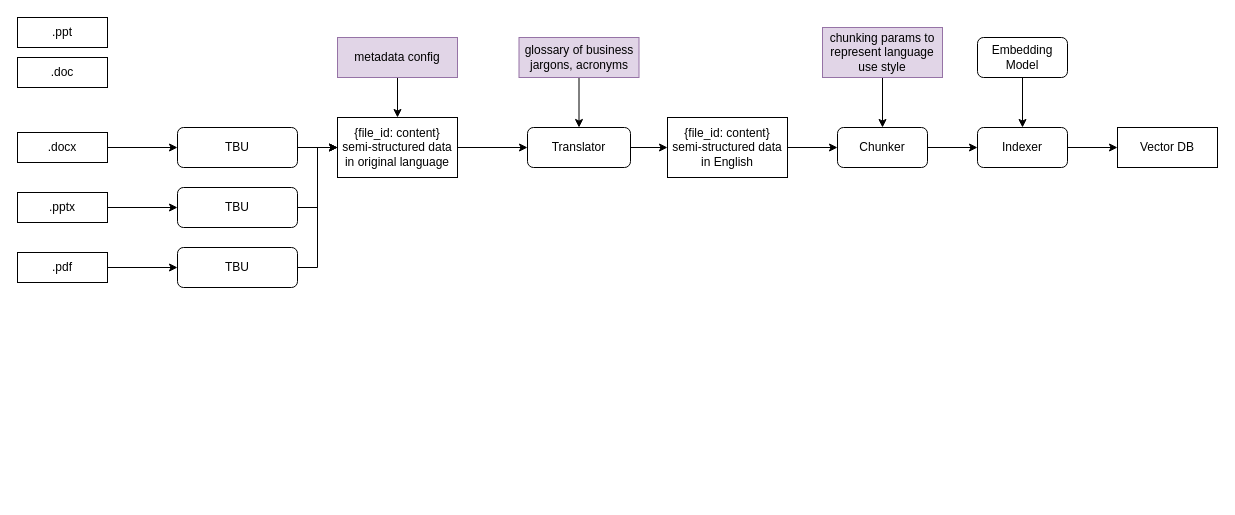
Earlier version of the draw.io diagram page "nea-safety-ie-classification" (1 of 3) of genai-classification.drawio (joshuavaple/draw-io). Source tidied: cells renumbered, new cells numbered last; positions are measured from the earlier drawing's top-left corner, leaving out a move shared by most shapes. Both pictures are drawn from the tidied source at 100%, with x=0, y=0 at pixel (17, 17).
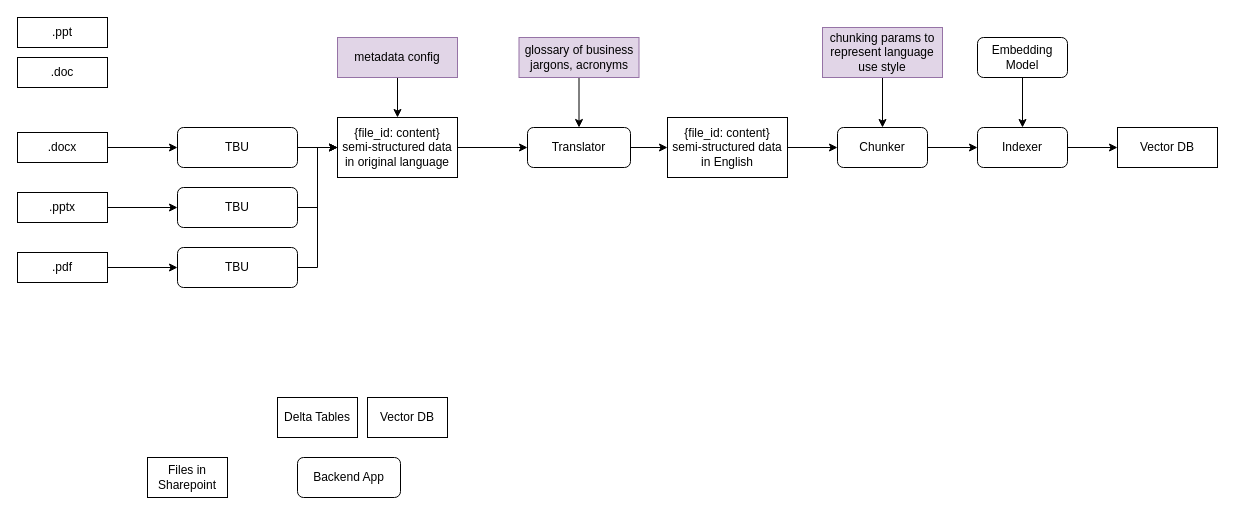
Above is the later version.

Change to the diagram source:
```diff
@@
+    <mxCell id="35" value="Files in Sharepoint" style="rounded=0;whiteSpace=wrap;html=1;" parent="1" vertex="1">
+      <mxGeometry x="130" y="440" width="80" height="40" as="geometry" />
+    </mxCell>
+    <mxCell id="36" value="Backend App" style="rounded=1;whiteSpace=wrap;html=1;" parent="1" vertex="1">
+      <mxGeometry x="280" y="440" width="103" height="40" as="geometry" />
+    </mxCell>
+    <mxCell id="37" value="Delta Tables" style="rounded=0;whiteSpace=wrap;html=1;" parent="1" vertex="1">
+      <mxGeometry x="260" y="380" width="80" height="40" as="geometry" />
+    </mxCell>
+    <mxCell id="38" value="Vector DB" style="rounded=0;whiteSpace=wrap;html=1;" parent="1" vertex="1">
+      <mxGeometry x="350" y="380" width="80" height="40" as="geometry" />
+    </mxCell>
```
